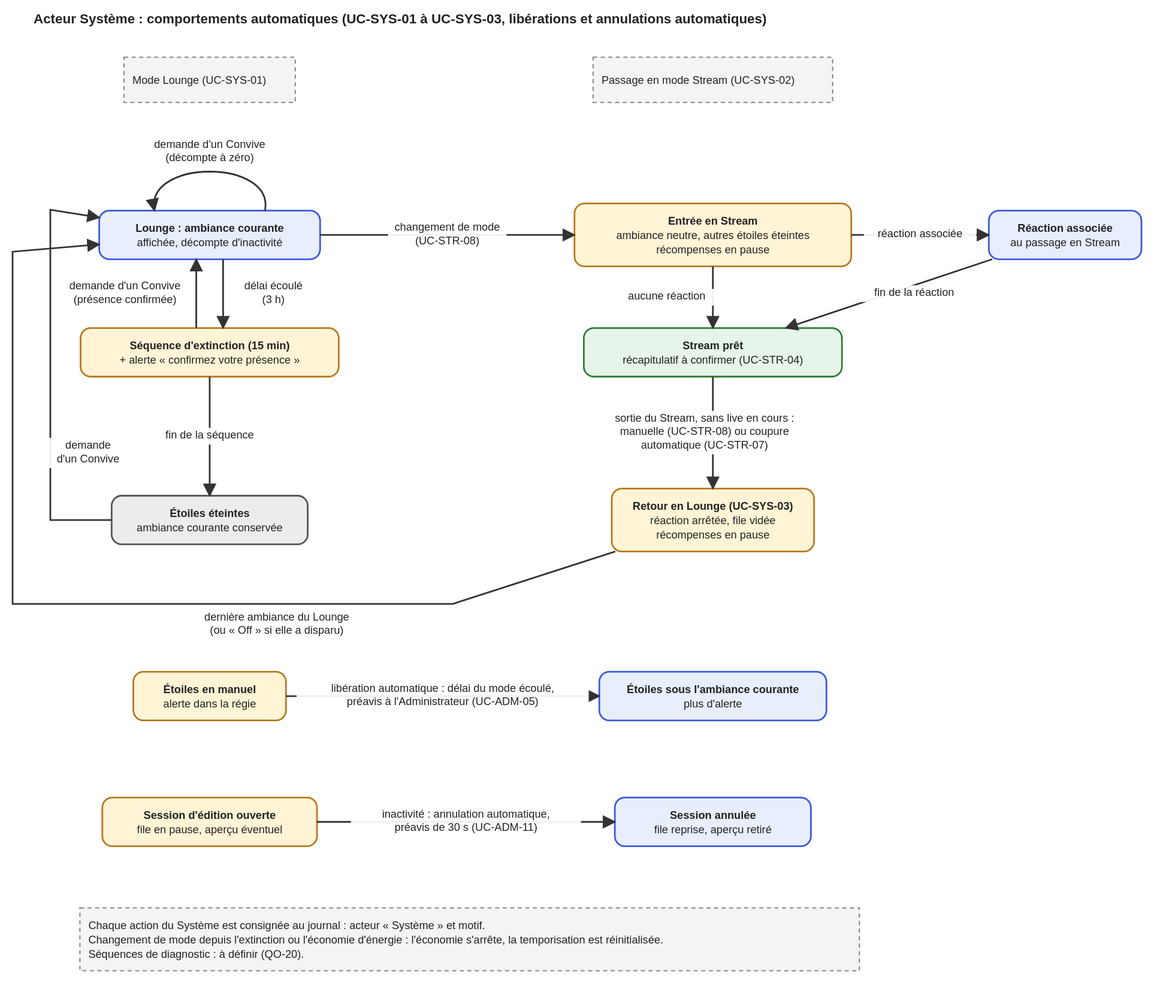
This is docs/01-besoin/etats-systeme.drawio.svg from Has-san/Starlight, a draw.io export, as it was before one commit. Source tidied: cells renumbered, new cells last; positions are measured from the earlier drawing's top-left corner, leaving out a move shared by most shapes. Source of this version:
```xml
<mxGraphModel>
  <root>
    <mxCell id="0" />
    <mxCell id="1" parent="0" />
    <mxCell id="2" value="Mode Lounge (UC-SYS-01)" style="rounded=0;dashed=1;align=left;spacingLeft=8;whiteSpace=wrap;html=1;fillColor=#f4f4f4;strokeColor=#888888;strokeWidth=2;fontSize=13;" parent="1" vertex="1">
      <mxGeometry x="132.9" width="204.2" height="54" as="geometry" />
    </mxCell>
    <mxCell id="3" value="Passage en mode Stream (UC-SYS-02)" style="rounded=0;dashed=1;align=left;spacingLeft=8;whiteSpace=wrap;html=1;fillColor=#f4f4f4;strokeColor=#888888;strokeWidth=2;fontSize=13;" parent="1" vertex="1">
      <mxGeometry x="692.2" width="285.6" height="54" as="geometry" />
    </mxCell>
    <mxCell id="4" value="Lounge : ambiance courante&lt;br&gt;affichée, décompte d'inactivité" style="rounded=1;whiteSpace=wrap;html=1;fillColor=#e8eefc;strokeColor=#3b5bdb;strokeWidth=2;fontSize=13;" parent="1" vertex="1">
      <mxGeometry x="103.3" y="183" width="263.4" height="58" as="geometry" />
    </mxCell>
    <mxCell id="5" value="Séquence d'extinction (15 min)&lt;br&gt;+ alerte « confirmez votre présence »" style="rounded=1;whiteSpace=wrap;html=1;fillColor=#fff4d6;strokeColor=#b7791f;strokeWidth=2;fontSize=13;" parent="1" vertex="1">
      <mxGeometry x="81.1" y="323" width="307.8" height="58" as="geometry" />
    </mxCell>
    <mxCell id="6" value="Étoiles éteintes&lt;br&gt;ambiance courante conservée" style="rounded=1;whiteSpace=wrap;html=1;fillColor=#ececec;strokeColor=#555555;strokeWidth=2;fontSize=13;" parent="1" vertex="1">
      <mxGeometry x="118.1" y="523" width="233.8" height="58" as="geometry" />
    </mxCell>
    <mxCell id="7" value="Entrée en Stream&lt;br&gt;ambiance neutre, autres étoiles éteintes&lt;br&gt;récompenses en pause" style="rounded=1;whiteSpace=wrap;html=1;fillColor=#fff4d6;strokeColor=#b7791f;strokeWidth=2;fontSize=13;" parent="1" vertex="1">
      <mxGeometry x="670" y="174.5" width="330" height="75" as="geometry" />
    </mxCell>
    <mxCell id="8" value="Réaction associée&lt;br&gt;au passage en Stream" style="rounded=1;whiteSpace=wrap;html=1;fillColor=#e8eefc;strokeColor=#3b5bdb;strokeWidth=2;fontSize=13;" parent="1" vertex="1">
      <mxGeometry x="1164" y="183" width="182" height="58" as="geometry" />
    </mxCell>
    <mxCell id="9" value="Stream prêt&lt;br&gt;récapitulatif à confirmer (UC-STR-04)" style="rounded=1;whiteSpace=wrap;html=1;fillColor=#e6f4ea;strokeColor=#2e7d32;strokeWidth=2;fontSize=13;" parent="1" vertex="1">
      <mxGeometry x="681.1" y="323" width="307.8" height="58" as="geometry" />
    </mxCell>
    <mxCell id="10" value="Retour en Lounge (UC-SYS-03)&lt;br&gt;réaction arrêtée, file vidée&lt;br&gt;récompenses en pause" style="rounded=1;whiteSpace=wrap;html=1;fillColor=#fff4d6;strokeColor=#b7791f;strokeWidth=2;fontSize=13;" parent="1" vertex="1">
      <mxGeometry x="714.4" y="514.5" width="241.2" height="75" as="geometry" />
    </mxCell>
    <mxCell id="11" value="Étoiles en manuel&lt;br&gt;alerte dans la régie" style="rounded=1;whiteSpace=wrap;html=1;fillColor=#fff4d6;strokeColor=#b7791f;strokeWidth=2;fontSize=13;" parent="1" vertex="1">
      <mxGeometry x="144" y="733" width="182" height="58" as="geometry" />
    </mxCell>
    <mxCell id="12" value="Étoiles sous l'ambiance courante&lt;br&gt;plus d'alerte" style="rounded=1;whiteSpace=wrap;html=1;fillColor=#e8eefc;strokeColor=#3b5bdb;strokeWidth=2;fontSize=13;" parent="1" vertex="1">
      <mxGeometry x="699.6" y="733" width="270.8" height="58" as="geometry" />
    </mxCell>
    <mxCell id="13" value="Session d'édition ouverte&lt;br&gt;file en pause, aperçu éventuel" style="rounded=1;whiteSpace=wrap;html=1;fillColor=#fff4d6;strokeColor=#b7791f;strokeWidth=2;fontSize=13;" parent="1" vertex="1">
      <mxGeometry x="107" y="883" width="256" height="58" as="geometry" />
    </mxCell>
    <mxCell id="14" value="Session annulée&lt;br&gt;file reprise, aperçu retiré" style="rounded=1;whiteSpace=wrap;html=1;fillColor=#e8eefc;strokeColor=#3b5bdb;strokeWidth=2;fontSize=13;" parent="1" vertex="1">
      <mxGeometry x="718.1" y="883" width="233.8" height="58" as="geometry" />
    </mxCell>
    <mxCell id="15" value="Chaque action du Système est consignée au journal : acteur « Système » et motif.&lt;br&gt;Changement de mode depuis l'extinction ou l'économie d'énergie : l'économie s'arrête, la temporisation est réinitialisée.&lt;br&gt;Séquences de diagnostic : à définir (QO-20)." style="rounded=0;dashed=1;align=left;spacingLeft=8;whiteSpace=wrap;html=1;fillColor=#f4f4f4;strokeColor=#888888;strokeWidth=2;fontSize=13;" parent="1" vertex="1">
      <mxGeometry x="80.3" y="1014.5" width="929.4" height="75" as="geometry" />
    </mxCell>
    <mxCell id="16" value="demande d'un Convive&lt;br&gt;(décompte à zéro)" style="edgeStyle=none;html=1;endArrow=block;strokeWidth=2;fontSize=13;labelBackgroundColor=#ffffff;" parent="1" edge="1" source="4" target="4">
      <mxGeometry relative="1" as="geometry">
        <Array as="points">
          <mxPoint x="300.9" y="133" />
          <mxPoint x="169.2" y="133" />
        </Array>
      </mxGeometry>
    </mxCell>
    <mxCell id="17" value="délai écoulé&lt;br&gt;(3 h)" style="edgeStyle=none;html=1;endArrow=block;strokeWidth=2;fontSize=13;labelBackgroundColor=#ffffff;" parent="1" edge="1" source="4" target="5">
      <mxGeometry relative="1" as="geometry">
        <Array as="points">
          <mxPoint x="251" y="212" />
          <mxPoint x="251" y="352" />
        </Array>
      </mxGeometry>
    </mxCell>
    <mxCell id="18" value="demande d'un Convive&lt;br&gt;(présence confirmée)" style="edgeStyle=none;html=1;endArrow=block;strokeWidth=2;fontSize=13;labelBackgroundColor=#ffffff;" parent="1" edge="1" source="5" target="4">
      <mxGeometry relative="1" as="geometry">
        <Array as="points">
          <mxPoint x="219" y="352" />
          <mxPoint x="219" y="212" />
        </Array>
      </mxGeometry>
    </mxCell>
    <mxCell id="19" value="fin de la séquence" style="edgeStyle=none;html=1;endArrow=block;strokeWidth=2;fontSize=13;labelBackgroundColor=#ffffff;" parent="1" edge="1" source="5" target="6">
      <mxGeometry relative="1" as="geometry" />
    </mxCell>
    <mxCell id="20" value="demande&lt;br&gt;d'un Convive" style="edgeStyle=none;html=1;endArrow=block;strokeWidth=2;fontSize=13;labelBackgroundColor=#ffffff;" parent="1" edge="1" source="6" target="4">
      <mxGeometry relative="1" as="geometry">
        <Array as="points">
          <mxPoint x="45" y="552" />
          <mxPoint x="45" y="182" />
        </Array>
      </mxGeometry>
    </mxCell>
    <mxCell id="21" value="changement de mode&lt;br&gt;(UC-STR-08)" style="edgeStyle=none;html=1;endArrow=block;strokeWidth=2;fontSize=13;labelBackgroundColor=#ffffff;" parent="1" edge="1" source="4" target="7">
      <mxGeometry relative="1" as="geometry" />
    </mxCell>
    <mxCell id="22" value="réaction associée" style="edgeStyle=none;html=1;endArrow=block;strokeWidth=2;fontSize=13;labelBackgroundColor=#ffffff;" parent="1" edge="1" source="7" target="8">
      <mxGeometry relative="1" as="geometry" />
    </mxCell>
    <mxCell id="23" value="fin de la réaction" style="edgeStyle=none;html=1;endArrow=block;strokeWidth=2;fontSize=13;labelBackgroundColor=#ffffff;" parent="1" edge="1" source="8" target="9">
      <mxGeometry relative="1" as="geometry" />
    </mxCell>
    <mxCell id="24" value="aucune réaction" style="edgeStyle=none;html=1;endArrow=block;strokeWidth=2;fontSize=13;labelBackgroundColor=#ffffff;" parent="1" edge="1" source="7" target="9">
      <mxGeometry relative="1" as="geometry" />
    </mxCell>
    <mxCell id="25" value="sortie du Stream, sans live en cours :&lt;br&gt;manuelle (UC-STR-08) ou coupure&lt;br&gt;automatique (UC-STR-07)" style="edgeStyle=none;html=1;endArrow=block;strokeWidth=2;fontSize=13;labelBackgroundColor=#ffffff;" parent="1" edge="1" source="9" target="10">
      <mxGeometry relative="1" as="geometry" />
    </mxCell>
    <mxCell id="26" value="dernière ambiance du Lounge&lt;br&gt;(ou « Off » si elle a disparu)" style="edgeStyle=none;html=1;endArrow=block;strokeWidth=2;fontSize=13;labelBackgroundColor=#ffffff;" parent="1" edge="1" source="10" target="4">
      <mxGeometry relative="1" as="geometry">
        <Array as="points">
          <mxPoint x="525" y="652" />
          <mxPoint y="652" />
          <mxPoint y="232" />
        </Array>
      </mxGeometry>
    </mxCell>
    <mxCell id="27" value="libération automatique : délai du mode écoulé,&lt;br&gt;préavis à l'Administrateur (UC-ADM-05)" style="edgeStyle=none;html=1;endArrow=block;strokeWidth=2;fontSize=13;labelBackgroundColor=#ffffff;" parent="1" edge="1" source="11" target="12">
      <mxGeometry relative="1" as="geometry" />
    </mxCell>
    <mxCell id="28" value="inactivité : annulation automatique,&lt;br&gt;préavis de 30 s (UC-ADM-11)" style="edgeStyle=none;html=1;endArrow=block;strokeWidth=2;fontSize=13;labelBackgroundColor=#ffffff;" parent="1" edge="1" source="13" target="14">
      <mxGeometry relative="1" as="geometry" />
    </mxCell>
  </root>
</mxGraphModel>
```
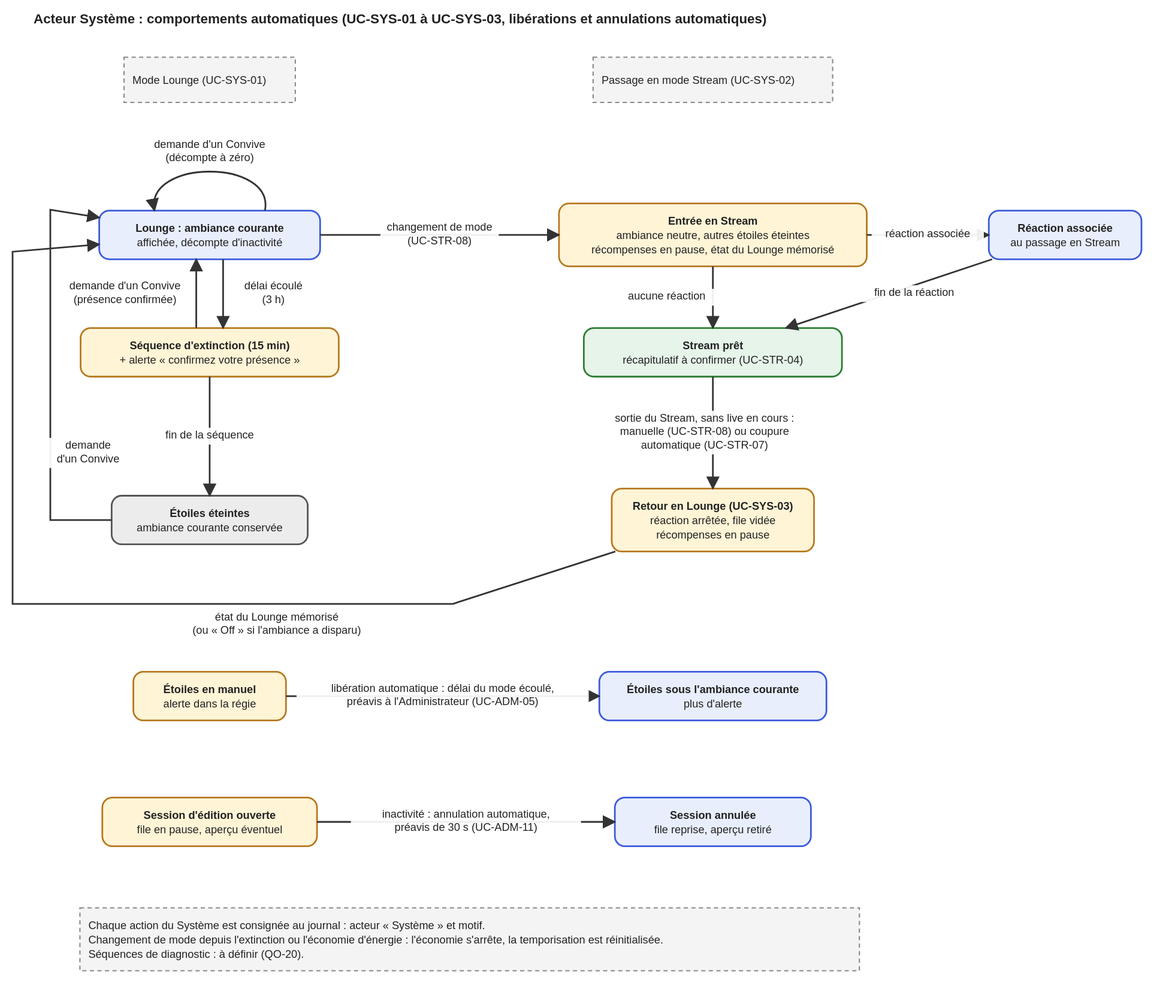
After the change.

Commit message:
docs: mémoriser l'état exact du Lounge à l'entrée en Stream (UC-SYS-02, UC-SYS-03)

Diff of the diagram source:
```diff
@@ -17,8 +17,8 @@
     <mxCell id="6" value="Étoiles éteintes&lt;br&gt;ambiance courante conservée" style="rounded=1;whiteSpace=wrap;html=1;fillColor=#ececec;strokeColor=#555555;strokeWidth=2;fontSize=13;" parent="1" vertex="1">
       <mxGeometry x="118.1" y="523" width="233.8" height="58" as="geometry" />
     </mxCell>
-    <mxCell id="7" value="Entrée en Stream&lt;br&gt;ambiance neutre, autres étoiles éteintes&lt;br&gt;récompenses en pause" style="rounded=1;whiteSpace=wrap;html=1;fillColor=#fff4d6;strokeColor=#b7791f;strokeWidth=2;fontSize=13;" parent="1" vertex="1">
-      <mxGeometry x="670" y="174.5" width="330" height="75" as="geometry" />
+    <mxCell id="7" value="Entrée en Stream&lt;br&gt;ambiance neutre, autres étoiles éteintes&lt;br&gt;récompenses en pause, état du Lounge mémorisé" style="rounded=1;whiteSpace=wrap;html=1;fillColor=#fff4d6;strokeColor=#b7791f;strokeWidth=2;fontSize=13;" parent="1" vertex="1">
+      <mxGeometry x="651.5" y="174.5" width="367" height="75" as="geometry" />
     </mxCell>
     <mxCell id="8" value="Réaction associée&lt;br&gt;au passage en Stream" style="rounded=1;whiteSpace=wrap;html=1;fillColor=#e8eefc;strokeColor=#3b5bdb;strokeWidth=2;fontSize=13;" parent="1" vertex="1">
       <mxGeometry x="1164" y="183" width="182" height="58" as="geometry" />
@@ -94,7 +94,7 @@
     <mxCell id="25" value="sortie du Stream, sans live en cours :&lt;br&gt;manuelle (UC-STR-08) ou coupure&lt;br&gt;automatique (UC-STR-07)" style="edgeStyle=none;html=1;endArrow=block;strokeWidth=2;fontSize=13;labelBackgroundColor=#ffffff;" parent="1" edge="1" source="9" target="10">
       <mxGeometry relative="1" as="geometry" />
     </mxCell>
-    <mxCell id="26" value="dernière ambiance du Lounge&lt;br&gt;(ou « Off » si elle a disparu)" style="edgeStyle=none;html=1;endArrow=block;strokeWidth=2;fontSize=13;labelBackgroundColor=#ffffff;" parent="1" edge="1" source="10" target="4">
+    <mxCell id="26" value="état du Lounge mémorisé&lt;br&gt;(ou « Off » si l'ambiance a disparu)" style="edgeStyle=none;html=1;endArrow=block;strokeWidth=2;fontSize=13;labelBackgroundColor=#ffffff;" parent="1" edge="1" source="10" target="4">
       <mxGeometry relative="1" as="geometry">
         <Array as="points">
           <mxPoint x="525" y="652" />
```
